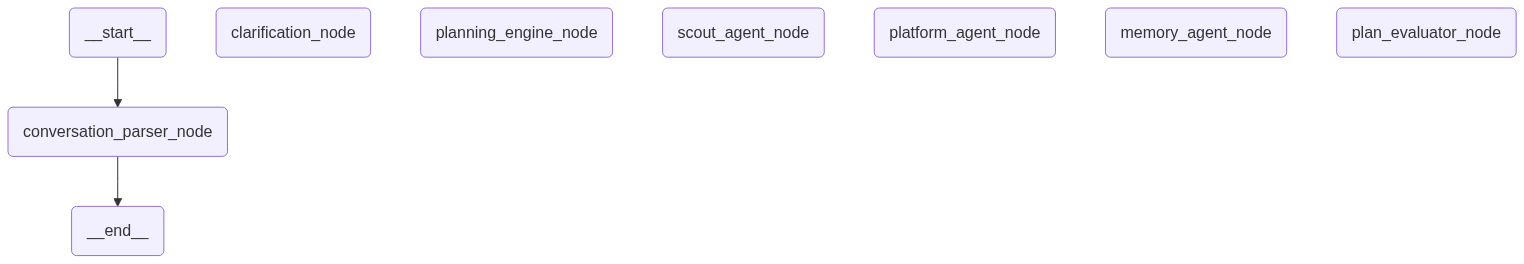
Earlier version of the Mermaid export docs/architecture_graph.png (AJ6002/ai_connex_v2_apache). Its source is kept beside it as docs/architecture_graph.mmd.
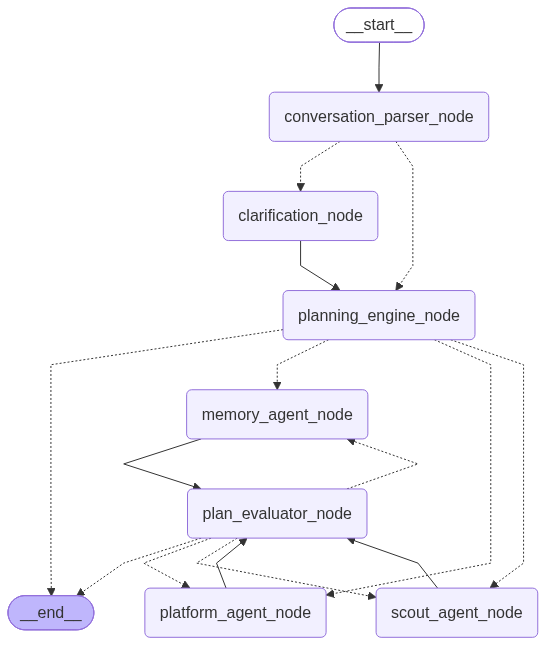
The same diagram one commit later.

Diff of the diagram source:
```diff
@@ -4,7 +4,7 @@
     curve: linear
 ---
 graph TD;
-	__start__(<p>__start__</p>)
+	__start__([<p>__start__</p>]):::first
 	conversation_parser_node(conversation_parser_node)
 	clarification_node(clarification_node)
 	planning_engine_node(planning_engine_node)
@@ -12,9 +12,22 @@
 	platform_agent_node(platform_agent_node)
 	memory_agent_node(memory_agent_node)
 	plan_evaluator_node(plan_evaluator_node)
-	__end__(<p>__end__</p>)
+	__end__([<p>__end__</p>]):::last
 	__start__ --> conversation_parser_node;
-	conversation_parser_node --> __end__;
+	clarification_node --> planning_engine_node;
+	conversation_parser_node -.-> clarification_node;
+	conversation_parser_node -.-> planning_engine_node;
+	memory_agent_node --> plan_evaluator_node;
+	plan_evaluator_node -.-> __end__;
+	plan_evaluator_node -.-> memory_agent_node;
+	plan_evaluator_node -.-> platform_agent_node;
+	plan_evaluator_node -.-> scout_agent_node;
+	planning_engine_node -.-> __end__;
+	planning_engine_node -.-> memory_agent_node;
+	planning_engine_node -.-> platform_agent_node;
+	planning_engine_node -.-> scout_agent_node;
+	platform_agent_node --> plan_evaluator_node;
+	scout_agent_node --> plan_evaluator_node;
 	classDef default fill:#f2f0ff,line-height:1.2
 	classDef first fill-opacity:0
 	classDef last fill:#bfb6fc
```
